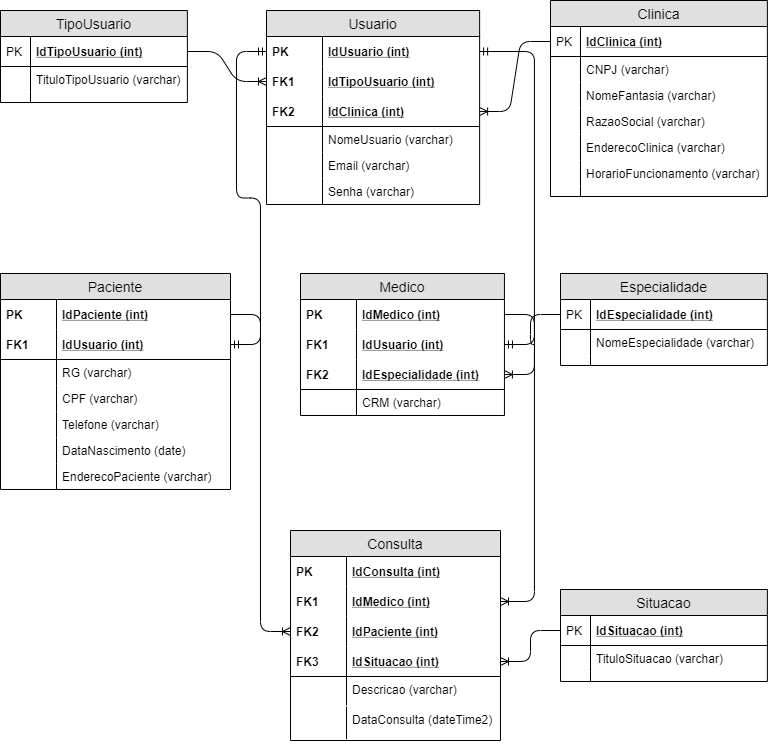
flavio-pires/senai_spmedgroup_sprint1_bd_manha_flavio_pires keeps this draw.io diagram as Modelagem/modelagem-spmedicalgroup-Logico.png. Above is the earlier version. Source tidied: cells renumbered, new cells last; positions are measured from the earlier drawing's top-left corner, leaving out a move shared by most shapes.
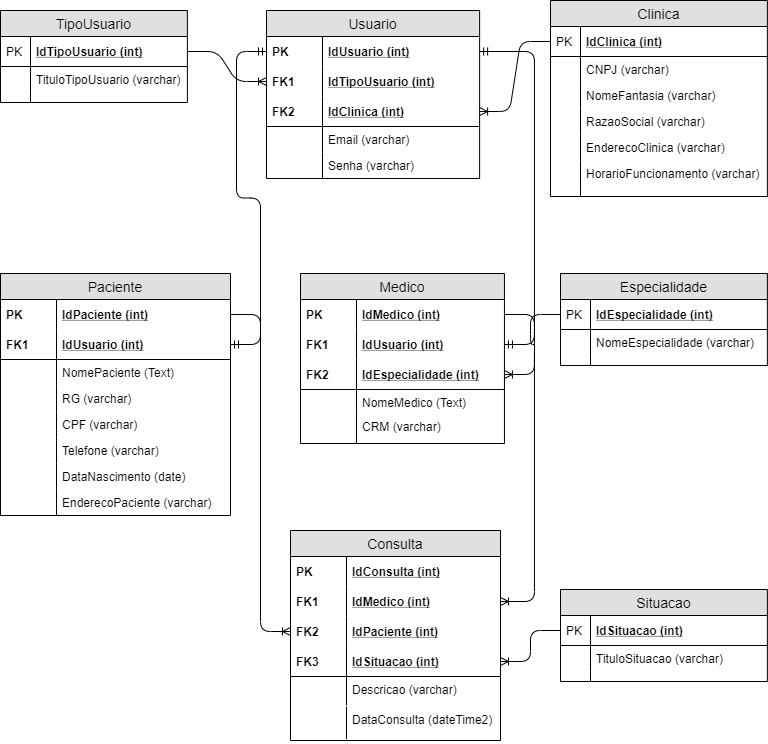
After the change.

What changed in the source:
```diff
@@ -90,7 +90,7 @@
       <mxGeometry width="30" height="10" as="geometry" />
     </mxCell>
     <mxCell id="31" value="Usuario" style="swimlane;fontStyle=0;horizontal=1;startSize=26;fillColor=#e0e0e0;swimlaneFillColor=#ffffff;align=center;fontSize=14;" parent="1" vertex="1">
-      <mxGeometry x="266" y="10" width="213.1" height="194" as="geometry" />
+      <mxGeometry x="266" y="10" width="213.1" height="168" as="geometry" />
     </mxCell>
     <mxCell id="32" value="IdUsuario (int)" style="shape=partialRectangle;top=0;left=0;right=0;bottom=0;align=left;verticalAlign=middle;fillColor=none;spacingLeft=60;spacingRight=4;overflow=hidden;points=[[0,0.5],[1,0.5]];portConstraint=eastwest;fontStyle=5;fontSize=12;" parent="31" vertex="1">
       <mxGeometry y="26" width="213.1" height="30" as="geometry" />
@@ -110,26 +110,20 @@
     <mxCell id="37" value="FK2" style="shape=partialRectangle;fontStyle=1;top=0;left=0;bottom=0;fillColor=none;align=left;verticalAlign=middle;spacingLeft=4;spacingRight=4;overflow=hidden;fontSize=12;" parent="36" vertex="1">
       <mxGeometry width="56" height="30" as="geometry" />
     </mxCell>
-    <mxCell id="38" value="NomeUsuario (varchar)" style="shape=partialRectangle;top=0;left=0;right=0;bottom=0;align=left;verticalAlign=top;fillColor=none;spacingLeft=60;spacingRight=4;overflow=hidden;fontSize=12;" parent="31" vertex="1">
-      <mxGeometry y="116" width="213.1" height="26" as="geometry" />
-    </mxCell>
-    <mxCell id="39" style="shape=partialRectangle;top=0;left=0;bottom=0;fillColor=none;align=left;verticalAlign=top;spacingLeft=4;spacingRight=4;overflow=hidden;fontSize=12;" parent="38" vertex="1">
-      <mxGeometry width="56" height="26" as="geometry" />
-    </mxCell>
     <mxCell id="40" value="Email (varchar)" style="shape=partialRectangle;top=0;left=0;right=0;bottom=0;align=left;verticalAlign=top;fillColor=none;spacingLeft=60;spacingRight=4;overflow=hidden;fontSize=12;" parent="31" vertex="1">
-      <mxGeometry y="142" width="213.1" height="26" as="geometry" />
+      <mxGeometry y="116" width="213.1" height="26" as="geometry" />
     </mxCell>
     <mxCell id="41" style="shape=partialRectangle;top=0;left=0;bottom=0;fillColor=none;align=left;verticalAlign=top;spacingLeft=4;spacingRight=4;overflow=hidden;fontSize=12;" parent="40" vertex="1">
       <mxGeometry width="56" height="26" as="geometry" />
     </mxCell>
     <mxCell id="42" value="Senha (varchar)" style="shape=partialRectangle;top=0;left=0;right=0;bottom=0;align=left;verticalAlign=top;fillColor=none;spacingLeft=60;spacingRight=4;overflow=hidden;fontSize=12;" parent="31" vertex="1">
-      <mxGeometry y="168" width="213.1" height="26" as="geometry" />
+      <mxGeometry y="142" width="213.1" height="26" as="geometry" />
     </mxCell>
     <mxCell id="43" style="shape=partialRectangle;top=0;left=0;bottom=0;fillColor=none;align=left;verticalAlign=top;spacingLeft=4;spacingRight=4;overflow=hidden;fontSize=12;" parent="42" vertex="1">
       <mxGeometry width="56" height="26" as="geometry" />
     </mxCell>
     <mxCell id="44" value="Medico" style="swimlane;fontStyle=0;horizontal=1;startSize=26;fillColor=#e0e0e0;swimlaneFillColor=#ffffff;align=center;fontSize=14;" parent="1" vertex="1">
-      <mxGeometry x="300" y="273" width="203.9" height="142" as="geometry" />
+      <mxGeometry x="300" y="273" width="203.9" height="170" as="geometry" />
     </mxCell>
     <mxCell id="45" value="IdMedico (int)" style="shape=partialRectangle;top=0;left=0;right=0;bottom=0;align=left;verticalAlign=middle;fillColor=none;spacingLeft=60;spacingRight=4;overflow=hidden;points=[[0,0.5],[1,0.5]];portConstraint=eastwest;fontStyle=5;fontSize=12;" parent="44" vertex="1">
       <mxGeometry y="26" width="203.9" height="30" as="geometry" />
@@ -149,12 +143,18 @@
     <mxCell id="50" value="FK2" style="shape=partialRectangle;fontStyle=1;top=0;left=0;bottom=0;fillColor=none;align=left;verticalAlign=middle;spacingLeft=4;spacingRight=4;overflow=hidden;fontSize=12;" parent="49" vertex="1">
       <mxGeometry width="56" height="30" as="geometry" />
     </mxCell>
-    <mxCell id="51" value="CRM (varchar)" style="shape=partialRectangle;top=0;left=0;right=0;bottom=0;align=left;verticalAlign=top;fillColor=none;spacingLeft=60;spacingRight=4;overflow=hidden;fontSize=12;" parent="44" vertex="1">
-      <mxGeometry y="116" width="203.9" height="26" as="geometry" />
+    <mxCell id="51" value="NomeMedico (Text)" style="shape=partialRectangle;top=0;left=0;right=0;bottom=0;align=left;verticalAlign=top;fillColor=none;spacingLeft=60;spacingRight=4;overflow=hidden;fontSize=12;" parent="44" vertex="1">
+      <mxGeometry y="116" width="203.9" height="24" as="geometry" />
     </mxCell>
     <mxCell id="52" style="shape=partialRectangle;top=0;left=0;bottom=0;fillColor=none;align=left;verticalAlign=top;spacingLeft=4;spacingRight=4;overflow=hidden;fontSize=12;" parent="51" vertex="1">
-      <mxGeometry width="56" height="26" as="geometry" />
+      <mxGeometry width="56" height="24" as="geometry" />
     </mxCell>
+    <mxCell id="96" value="CRM (varchar)" style="shape=partialRectangle;top=0;left=0;right=0;bottom=0;align=left;verticalAlign=top;fillColor=none;spacingLeft=60;spacingRight=4;overflow=hidden;fontSize=12;" parent="44" vertex="1">
+      <mxGeometry y="140" width="203.9" height="30" as="geometry" />
+    </mxCell>
+    <mxCell id="97" style="shape=partialRectangle;top=0;left=0;bottom=0;fillColor=none;align=left;verticalAlign=top;spacingLeft=4;spacingRight=4;overflow=hidden;fontSize=12;" parent="96" vertex="1">
+      <mxGeometry width="56" height="30" as="geometry" />
+    </mxCell>
     <mxCell id="53" value="Consulta" style="swimlane;fontStyle=0;horizontal=1;startSize=26;fillColor=#e0e0e0;swimlaneFillColor=#ffffff;align=center;fontSize=14;" parent="1" vertex="1">
       <mxGeometry x="290" y="530" width="210" height="210" as="geometry" />
     </mxCell>
@@ -195,7 +195,7 @@
       <mxGeometry width="56" height="32.7" as="geometry" />
     </mxCell>
     <mxCell id="66" value="Paciente" style="swimlane;fontStyle=0;horizontal=1;startSize=26;fillColor=#e0e0e0;swimlaneFillColor=#ffffff;align=center;fontSize=14;" parent="1" vertex="1">
-      <mxGeometry y="273" width="230" height="216" as="geometry" />
+      <mxGeometry y="273" width="230" height="242" as="geometry" />
     </mxCell>
     <mxCell id="67" value="IdPaciente (int)" style="shape=partialRectangle;top=0;left=0;right=0;bottom=0;align=left;verticalAlign=middle;fillColor=none;spacingLeft=60;spacingRight=4;overflow=hidden;points=[[0,0.5],[1,0.5]];portConstraint=eastwest;fontStyle=5;fontSize=12;" parent="66" vertex="1">
       <mxGeometry y="26" width="230" height="30" as="geometry" />
@@ -209,32 +209,38 @@
     <mxCell id="70" value="FK1" style="shape=partialRectangle;fontStyle=1;top=0;left=0;bottom=0;fillColor=none;align=left;verticalAlign=middle;spacingLeft=4;spacingRight=4;overflow=hidden;fontSize=12;" parent="69" vertex="1">
       <mxGeometry width="56" height="30" as="geometry" />
     </mxCell>
-    <mxCell id="71" value="RG (varchar)" style="shape=partialRectangle;top=0;left=0;right=0;bottom=0;align=left;verticalAlign=top;fillColor=none;spacingLeft=60;spacingRight=4;overflow=hidden;fontSize=12;" parent="66" vertex="1">
+    <mxCell id="71" value="NomePaciente (Text)" style="shape=partialRectangle;top=0;left=0;right=0;bottom=0;align=left;verticalAlign=top;fillColor=none;spacingLeft=60;spacingRight=4;overflow=hidden;fontSize=12;" parent="66" vertex="1">
       <mxGeometry y="86" width="230" height="26" as="geometry" />
     </mxCell>
     <mxCell id="72" style="shape=partialRectangle;top=0;left=0;bottom=0;fillColor=none;align=left;verticalAlign=top;spacingLeft=4;spacingRight=4;overflow=hidden;fontSize=12;" parent="71" vertex="1">
       <mxGeometry width="56" height="26" as="geometry" />
     </mxCell>
-    <mxCell id="73" value="CPF (varchar)" style="shape=partialRectangle;top=0;left=0;right=0;bottom=0;align=left;verticalAlign=top;fillColor=none;spacingLeft=60;spacingRight=4;overflow=hidden;fontSize=12;" parent="66" vertex="1">
+    <mxCell id="73" value="RG (varchar)" style="shape=partialRectangle;top=0;left=0;right=0;bottom=0;align=left;verticalAlign=top;fillColor=none;spacingLeft=60;spacingRight=4;overflow=hidden;fontSize=12;" parent="66" vertex="1">
       <mxGeometry y="112" width="230" height="26" as="geometry" />
     </mxCell>
     <mxCell id="74" style="shape=partialRectangle;top=0;left=0;bottom=0;fillColor=none;align=left;verticalAlign=top;spacingLeft=4;spacingRight=4;overflow=hidden;fontSize=12;" parent="73" vertex="1">
       <mxGeometry width="56" height="26" as="geometry" />
     </mxCell>
+    <mxCell id="98" value="CPF (varchar)" style="shape=partialRectangle;top=0;left=0;right=0;bottom=0;align=left;verticalAlign=top;fillColor=none;spacingLeft=60;spacingRight=4;overflow=hidden;fontSize=12;" parent="66" vertex="1">
+      <mxGeometry y="138" width="230" height="26" as="geometry" />
+    </mxCell>
+    <mxCell id="39" style="shape=partialRectangle;top=0;left=0;bottom=0;fillColor=none;align=left;verticalAlign=top;spacingLeft=4;spacingRight=4;overflow=hidden;fontSize=12;" parent="98" vertex="1">
+      <mxGeometry width="56" height="26" as="geometry" />
+    </mxCell>
     <mxCell id="75" value="Telefone (varchar)" style="shape=partialRectangle;top=0;left=0;right=0;bottom=0;align=left;verticalAlign=top;fillColor=none;spacingLeft=60;spacingRight=4;overflow=hidden;fontSize=12;" parent="66" vertex="1">
-      <mxGeometry y="138" width="230" height="26" as="geometry" />
+      <mxGeometry y="164" width="230" height="26" as="geometry" />
     </mxCell>
     <mxCell id="76" style="shape=partialRectangle;top=0;left=0;bottom=0;fillColor=none;align=left;verticalAlign=top;spacingLeft=4;spacingRight=4;overflow=hidden;fontSize=12;" parent="75" vertex="1">
       <mxGeometry width="56" height="26" as="geometry" />
     </mxCell>
     <mxCell id="77" value="DataNascimento (date)" style="shape=partialRectangle;top=0;left=0;right=0;bottom=0;align=left;verticalAlign=top;fillColor=none;spacingLeft=60;spacingRight=4;overflow=hidden;fontSize=12;" parent="66" vertex="1">
-      <mxGeometry y="164" width="230" height="26" as="geometry" />
+      <mxGeometry y="190" width="230" height="26" as="geometry" />
     </mxCell>
     <mxCell id="78" style="shape=partialRectangle;top=0;left=0;bottom=0;fillColor=none;align=left;verticalAlign=top;spacingLeft=4;spacingRight=4;overflow=hidden;fontSize=12;" parent="77" vertex="1">
       <mxGeometry width="56" height="26" as="geometry" />
     </mxCell>
     <mxCell id="79" value="EnderecoPaciente (varchar)" style="shape=partialRectangle;top=0;left=0;right=0;bottom=0;align=left;verticalAlign=top;fillColor=none;spacingLeft=60;spacingRight=4;overflow=hidden;fontSize=12;" parent="66" vertex="1">
-      <mxGeometry y="190" width="230" height="26" as="geometry" />
+      <mxGeometry y="216" width="230" height="26" as="geometry" />
     </mxCell>
     <mxCell id="80" style="shape=partialRectangle;top=0;left=0;bottom=0;fillColor=none;align=left;verticalAlign=top;spacingLeft=4;spacingRight=4;overflow=hidden;fontSize=12;" parent="79" vertex="1">
       <mxGeometry width="56" height="26" as="geometry" />
```
